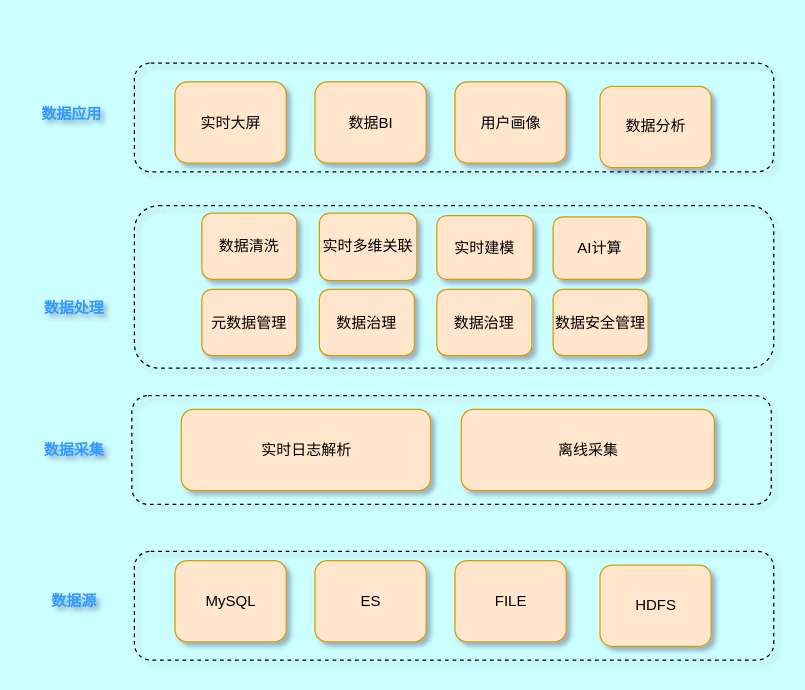
The draw.io diagram Untitled Diagram.drawio in lbship/Blog, before the edit. Source tidied: cells renumbered, new cells numbered last; positions are measured from the earlier drawing's top-left corner, leaving out a move shared by most shapes. Both pictures are drawn from the tidied source at 125%, with x=0, y=0 at pixel (21, 62).
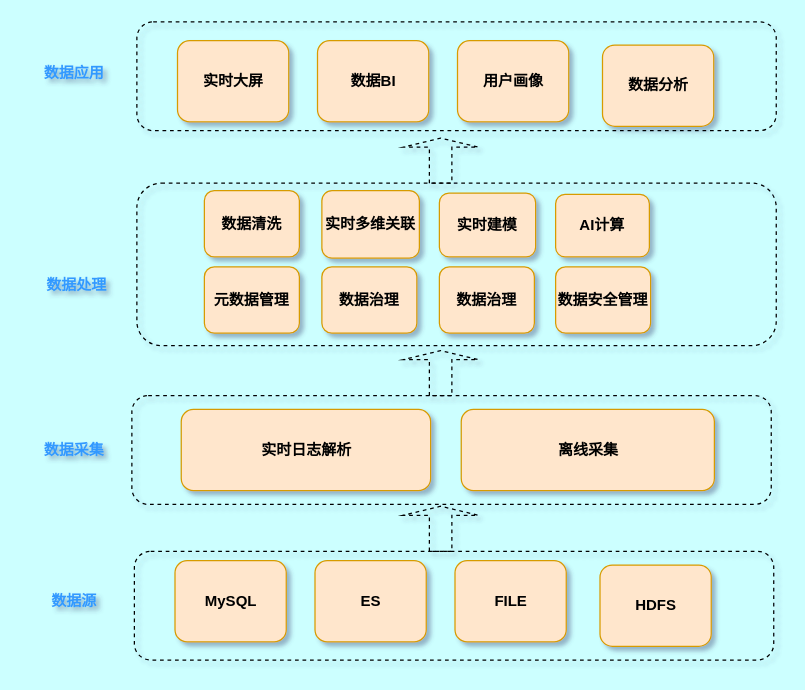
Above is the later version.

Change to the diagram source:
```diff
@@
-    <mxCell id="2" value="&lt;b&gt;&lt;font color=&quot;#3399ff&quot;&gt;数据处理&lt;/font&gt;&lt;/b&gt;" style="text;html=1;strokeColor=none;fillColor=none;align=center;verticalAlign=middle;whiteSpace=wrap;rounded=0;" parent="1" vertex="1">
-      <mxGeometry x="2" y="181" width="80" height="30" as="geometry" />
+    <mxCell id="2" value="&lt;span&gt;&lt;font color=&quot;#3399ff&quot;&gt;数据处理&lt;/font&gt;&lt;/span&gt;" style="text;html=1;strokeColor=none;fillColor=none;align=center;verticalAlign=middle;whiteSpace=wrap;rounded=0;fontStyle=1;" parent="1" vertex="1">
+      <mxGeometry x="4" y="163" width="80" height="30" as="geometry" />
     </mxCell>
-    <mxCell id="3" value="&lt;b&gt;&lt;font color=&quot;#3399ff&quot;&gt;数据采集&lt;/font&gt;&lt;/b&gt;" style="text;html=1;strokeColor=none;fillColor=none;align=center;verticalAlign=middle;whiteSpace=wrap;rounded=0;" parent="1" vertex="1">
+    <mxCell id="3" value="&lt;span&gt;&lt;font color=&quot;#3399ff&quot;&gt;数据采集&lt;/font&gt;&lt;/span&gt;" style="text;html=1;strokeColor=none;fillColor=none;align=center;verticalAlign=middle;whiteSpace=wrap;rounded=0;fontStyle=1;" parent="1" vertex="1">
       <mxGeometry x="12" y="294.5" width="60" height="30" as="geometry" />
     </mxCell>
-    <mxCell id="4" value="MySQL" style="rounded=1;whiteSpace=wrap;html=1;fillColor=#ffe6cc;strokeColor=#d79b00;" parent="1" vertex="1">
+    <mxCell id="4" value="MySQL" style="rounded=1;whiteSpace=wrap;html=1;fillColor=#ffe6cc;strokeColor=#d79b00;fontStyle=1;" parent="1" vertex="1">
       <mxGeometry x="122.5" y="398" width="89" height="65" as="geometry" />
     </mxCell>
-    <mxCell id="5" value="&lt;b&gt;&lt;font color=&quot;#3399ff&quot;&gt;数据源&lt;/font&gt;&lt;/b&gt;" style="text;html=1;strokeColor=none;fillColor=none;align=center;verticalAlign=middle;whiteSpace=wrap;rounded=0;" parent="1" vertex="1">
+    <mxCell id="5" value="&lt;span&gt;&lt;font color=&quot;#3399ff&quot;&gt;数据源&lt;/font&gt;&lt;/span&gt;" style="text;html=1;strokeColor=none;fillColor=none;align=center;verticalAlign=middle;whiteSpace=wrap;rounded=0;fontStyle=1;" parent="1" vertex="1">
       <mxGeometry x="12" y="415.5" width="60" height="30" as="geometry" />
     </mxCell>
-    <mxCell id="6" value="ES" style="rounded=1;whiteSpace=wrap;html=1;fillColor=#ffe6cc;strokeColor=#d79b00;" parent="1" vertex="1">
+    <mxCell id="6" value="ES" style="rounded=1;whiteSpace=wrap;html=1;fillColor=#ffe6cc;strokeColor=#d79b00;fontStyle=1;" parent="1" vertex="1">
       <mxGeometry x="234.5" y="398" width="89" height="65" as="geometry" />
     </mxCell>
-    <mxCell id="7" value="FILE" style="rounded=1;whiteSpace=wrap;html=1;fillColor=#ffe6cc;strokeColor=#d79b00;" parent="1" vertex="1">
+    <mxCell id="7" value="FILE" style="rounded=1;whiteSpace=wrap;html=1;fillColor=#ffe6cc;strokeColor=#d79b00;fontStyle=1;" parent="1" vertex="1">
       <mxGeometry x="346.5" y="398" width="89" height="65" as="geometry" />
     </mxCell>
-    <mxCell id="8" value="HDFS" style="rounded=1;whiteSpace=wrap;html=1;fillColor=#ffe6cc;strokeColor=#d79b00;" parent="1" vertex="1">
+    <mxCell id="8" value="HDFS" style="rounded=1;whiteSpace=wrap;html=1;fillColor=#ffe6cc;strokeColor=#d79b00;fontStyle=1;" parent="1" vertex="1">
       <mxGeometry x="462.5" y="401.5" width="89" height="65" as="geometry" />
     </mxCell>
-    <mxCell id="9" value="实时日志解析" style="rounded=1;whiteSpace=wrap;html=1;fillColor=#ffe6cc;strokeColor=#d79b00;" parent="1" vertex="1">
+    <mxCell id="9" value="实时日志解析" style="rounded=1;whiteSpace=wrap;html=1;fillColor=#ffe6cc;strokeColor=#d79b00;fontStyle=1;" parent="1" vertex="1">
       <mxGeometry x="127.5" y="277" width="199.5" height="65" as="geometry" />
     </mxCell>
-    <mxCell id="10" value="离线采集" style="rounded=1;whiteSpace=wrap;html=1;fillColor=#ffe6cc;strokeColor=#d79b00;" parent="1" vertex="1">
+    <mxCell id="10" value="离线采集" style="rounded=1;whiteSpace=wrap;html=1;fillColor=#ffe6cc;strokeColor=#d79b00;fontStyle=1;" parent="1" vertex="1">
       <mxGeometry x="351.5" y="277" width="202.5" height="65" as="geometry" />
     </mxCell>
-    <mxCell id="11" value="数据清洗" style="rounded=1;whiteSpace=wrap;html=1;fillColor=#ffe6cc;strokeColor=#d79b00;" parent="1" vertex="1">
-      <mxGeometry x="144" y="120" width="76" height="53" as="geometry" />
+    <mxCell id="11" value="数据清洗" style="rounded=1;whiteSpace=wrap;html=1;fillColor=#ffe6cc;strokeColor=#d79b00;fontStyle=1;" parent="1" vertex="1">
+      <mxGeometry x="146" y="102" width="76" height="53" as="geometry" />
     </mxCell>
-    <mxCell id="12" style="rounded=1;whiteSpace=wrap;html=1;labelBackgroundColor=#FFE6CC;fontColor=#3399FF;fillColor=none;labelBorderColor=none;dashed=1;" parent="1" vertex="1">
+    <mxCell id="12" style="rounded=1;whiteSpace=wrap;html=1;labelBackgroundColor=#FFE6CC;fontColor=#3399FF;fillColor=none;labelBorderColor=none;dashed=1;fontStyle=1;" parent="1" vertex="1">
       <mxGeometry x="90" y="390.5" width="511.5" height="87" as="geometry" />
     </mxCell>
-    <mxCell id="13" value="实时多维关联" style="rounded=1;whiteSpace=wrap;html=1;fillColor=#ffe6cc;strokeColor=#d79b00;" parent="1" vertex="1">
-      <mxGeometry x="238" y="120" width="78" height="54" as="geometry" />
+    <mxCell id="13" value="实时多维关联" style="rounded=1;whiteSpace=wrap;html=1;fillColor=#ffe6cc;strokeColor=#d79b00;fontStyle=1;" parent="1" vertex="1">
+      <mxGeometry x="240" y="102" width="78" height="54" as="geometry" />
     </mxCell>
-    <mxCell id="14" value="实时建模" style="rounded=1;whiteSpace=wrap;html=1;fillColor=#ffe6cc;strokeColor=#d79b00;" parent="1" vertex="1">
-      <mxGeometry x="332" y="122" width="77" height="51" as="geometry" />
+    <mxCell id="14" value="实时建模" style="rounded=1;whiteSpace=wrap;html=1;fillColor=#ffe6cc;strokeColor=#d79b00;fontStyle=1;" parent="1" vertex="1">
+      <mxGeometry x="334" y="104" width="77" height="51" as="geometry" />
     </mxCell>
-    <mxCell id="15" value="AI计算" style="rounded=1;whiteSpace=wrap;html=1;fillColor=#ffe6cc;strokeColor=#d79b00;" parent="1" vertex="1">
-      <mxGeometry x="425" y="123" width="75" height="50" as="geometry" />
+    <mxCell id="15" value="AI计算" style="rounded=1;whiteSpace=wrap;html=1;fillColor=#ffe6cc;strokeColor=#d79b00;fontStyle=1;" parent="1" vertex="1">
+      <mxGeometry x="427" y="105" width="75" height="50" as="geometry" />
     </mxCell>
-    <mxCell id="16" value="元数据管理" style="rounded=1;whiteSpace=wrap;html=1;fillColor=#ffe6cc;strokeColor=#d79b00;" parent="1" vertex="1">
-      <mxGeometry x="144" y="181" width="76" height="53" as="geometry" />
+    <mxCell id="16" value="元数据管理" style="rounded=1;whiteSpace=wrap;html=1;fillColor=#ffe6cc;strokeColor=#d79b00;fontStyle=1;" parent="1" vertex="1">
+      <mxGeometry x="146" y="163" width="76" height="53" as="geometry" />
     </mxCell>
-    <mxCell id="17" value="数据治理" style="rounded=1;whiteSpace=wrap;html=1;fillColor=#ffe6cc;strokeColor=#d79b00;" parent="1" vertex="1">
-      <mxGeometry x="238" y="181" width="76" height="53" as="geometry" />
+    <mxCell id="17" value="数据治理" style="rounded=1;whiteSpace=wrap;html=1;fillColor=#ffe6cc;strokeColor=#d79b00;fontStyle=1;" parent="1" vertex="1">
+      <mxGeometry x="240" y="163" width="76" height="53" as="geometry" />
     </mxCell>
-    <mxCell id="18" value="数据治理" style="rounded=1;whiteSpace=wrap;html=1;fillColor=#ffe6cc;strokeColor=#d79b00;" parent="1" vertex="1">
-      <mxGeometry x="332" y="181" width="76" height="53" as="geometry" />
+    <mxCell id="18" value="数据治理" style="rounded=1;whiteSpace=wrap;html=1;fillColor=#ffe6cc;strokeColor=#d79b00;fontStyle=1;" parent="1" vertex="1">
+      <mxGeometry x="334" y="163" width="76" height="53" as="geometry" />
     </mxCell>
-    <mxCell id="19" value="数据安全管理" style="rounded=1;whiteSpace=wrap;html=1;fillColor=#ffe6cc;strokeColor=#d79b00;" parent="1" vertex="1">
-      <mxGeometry x="425" y="181" width="76" height="53" as="geometry" />
+    <mxCell id="19" value="数据安全管理" style="rounded=1;whiteSpace=wrap;html=1;fillColor=#ffe6cc;strokeColor=#d79b00;fontStyle=1;" parent="1" vertex="1">
+      <mxGeometry x="427" y="163" width="76" height="53" as="geometry" />
     </mxCell>
-    <mxCell id="20" value="实时大屏" style="rounded=1;whiteSpace=wrap;html=1;fillColor=#ffe6cc;strokeColor=#d79b00;" parent="1" vertex="1">
-      <mxGeometry x="122.5" y="15" width="89" height="65" as="geometry" />
+    <mxCell id="20" value="实时大屏" style="rounded=1;whiteSpace=wrap;html=1;fillColor=#ffe6cc;strokeColor=#d79b00;fontStyle=1;" parent="1" vertex="1">
+      <mxGeometry x="124.5" y="-18" width="89" height="65" as="geometry" />
     </mxCell>
-    <mxCell id="21" value="数据BI" style="rounded=1;whiteSpace=wrap;html=1;fillColor=#ffe6cc;strokeColor=#d79b00;" parent="1" vertex="1">
-      <mxGeometry x="234.5" y="15" width="89" height="65" as="geometry" />
+    <mxCell id="21" value="数据BI" style="rounded=1;whiteSpace=wrap;html=1;fillColor=#ffe6cc;strokeColor=#d79b00;fontStyle=1;" parent="1" vertex="1">
+      <mxGeometry x="236.5" y="-18" width="89" height="65" as="geometry" />
     </mxCell>
-    <mxCell id="22" value="用户画像" style="rounded=1;whiteSpace=wrap;html=1;fillColor=#ffe6cc;strokeColor=#d79b00;" parent="1" vertex="1">
-      <mxGeometry x="346.5" y="15" width="89" height="65" as="geometry" />
+    <mxCell id="22" value="用户画像" style="rounded=1;whiteSpace=wrap;html=1;fillColor=#ffe6cc;strokeColor=#d79b00;fontStyle=1;" parent="1" vertex="1">
+      <mxGeometry x="348.5" y="-18" width="89" height="65" as="geometry" />
     </mxCell>
-    <mxCell id="23" value="数据分析" style="rounded=1;whiteSpace=wrap;html=1;fillColor=#ffe6cc;strokeColor=#d79b00;" parent="1" vertex="1">
-      <mxGeometry x="462.5" y="18.5" width="89" height="65" as="geometry" />
+    <mxCell id="23" value="数据分析" style="rounded=1;whiteSpace=wrap;html=1;fillColor=#ffe6cc;strokeColor=#d79b00;fontStyle=1;" parent="1" vertex="1">
+      <mxGeometry x="464.5" y="-14.5" width="89" height="65" as="geometry" />
     </mxCell>
-    <mxCell id="24" style="rounded=1;whiteSpace=wrap;html=1;labelBackgroundColor=#FFE6CC;fontColor=#3399FF;fillColor=none;labelBorderColor=none;dashed=1;" parent="1" vertex="1">
-      <mxGeometry x="90" width="511.5" height="87" as="geometry" />
+    <mxCell id="24" style="rounded=1;whiteSpace=wrap;html=1;labelBackgroundColor=#FFE6CC;fontColor=#3399FF;fillColor=none;labelBorderColor=none;dashed=1;fontStyle=1;" parent="1" vertex="1">
+      <mxGeometry x="92" y="-33" width="511.5" height="87" as="geometry" />
     </mxCell>
-    <mxCell id="25" style="rounded=1;whiteSpace=wrap;html=1;labelBackgroundColor=#FFE6CC;fontColor=#3399FF;fillColor=none;labelBorderColor=none;dashed=1;" parent="1" vertex="1">
+    <mxCell id="25" style="rounded=1;whiteSpace=wrap;html=1;labelBackgroundColor=#FFE6CC;fontColor=#3399FF;fillColor=none;labelBorderColor=none;dashed=1;fontStyle=1;" parent="1" vertex="1">
       <mxGeometry x="88" y="266" width="511.5" height="87" as="geometry" />
     </mxCell>
-    <mxCell id="26" style="rounded=1;whiteSpace=wrap;html=1;labelBackgroundColor=#FFE6CC;fontColor=#3399FF;fillColor=none;labelBorderColor=none;dashed=1;" parent="1" vertex="1">
-      <mxGeometry x="90" y="114" width="511.5" height="130" as="geometry" />
+    <mxCell id="26" style="rounded=1;whiteSpace=wrap;html=1;labelBackgroundColor=#FFE6CC;fontColor=#3399FF;fillColor=none;labelBorderColor=none;dashed=1;fontStyle=1;" parent="1" vertex="1">
+      <mxGeometry x="92" y="96" width="511.5" height="130" as="geometry" />
     </mxCell>
-    <mxCell id="27" value="&lt;b&gt;&lt;font color=&quot;#3399ff&quot;&gt;数据应用&lt;/font&gt;&lt;/b&gt;" style="text;html=1;strokeColor=none;fillColor=none;align=center;verticalAlign=middle;whiteSpace=wrap;rounded=0;" parent="1" vertex="1">
-      <mxGeometry y="26" width="80" height="30" as="geometry" />
+    <mxCell id="27" value="&lt;span&gt;&lt;font color=&quot;#3399ff&quot;&gt;数据应用&lt;/font&gt;&lt;/span&gt;" style="text;html=1;strokeColor=none;fillColor=none;align=center;verticalAlign=middle;whiteSpace=wrap;rounded=0;fontStyle=1;" parent="1" vertex="1">
+      <mxGeometry x="2" y="-7" width="80" height="30" as="geometry" />
     </mxCell>
+    <mxCell id="28" style="shape=singleArrow;direction=north;whiteSpace=wrap;html=1;dashed=1;labelBackgroundColor=#FFE6CC;labelBorderColor=none;fontColor=#3399FF;fillColor=none;fontStyle=1;" parent="1" vertex="1">
+      <mxGeometry x="305" y="354.5" width="60" height="36" as="geometry" />
+    </mxCell>
+    <mxCell id="29" style="shape=singleArrow;direction=north;whiteSpace=wrap;html=1;dashed=1;labelBackgroundColor=#FFE6CC;labelBorderColor=none;fontColor=#3399FF;fillColor=none;fontStyle=1;" parent="1" vertex="1">
+      <mxGeometry x="305" y="230" width="60" height="36" as="geometry" />
+    </mxCell>
+    <mxCell id="30" style="shape=singleArrow;direction=north;whiteSpace=wrap;html=1;dashed=1;labelBackgroundColor=#FFE6CC;labelBorderColor=none;fontColor=#3399FF;fillColor=none;fontStyle=1;" parent="1" vertex="1">
+      <mxGeometry x="305" y="60" width="60" height="36" as="geometry" />
+    </mxCell>
```
